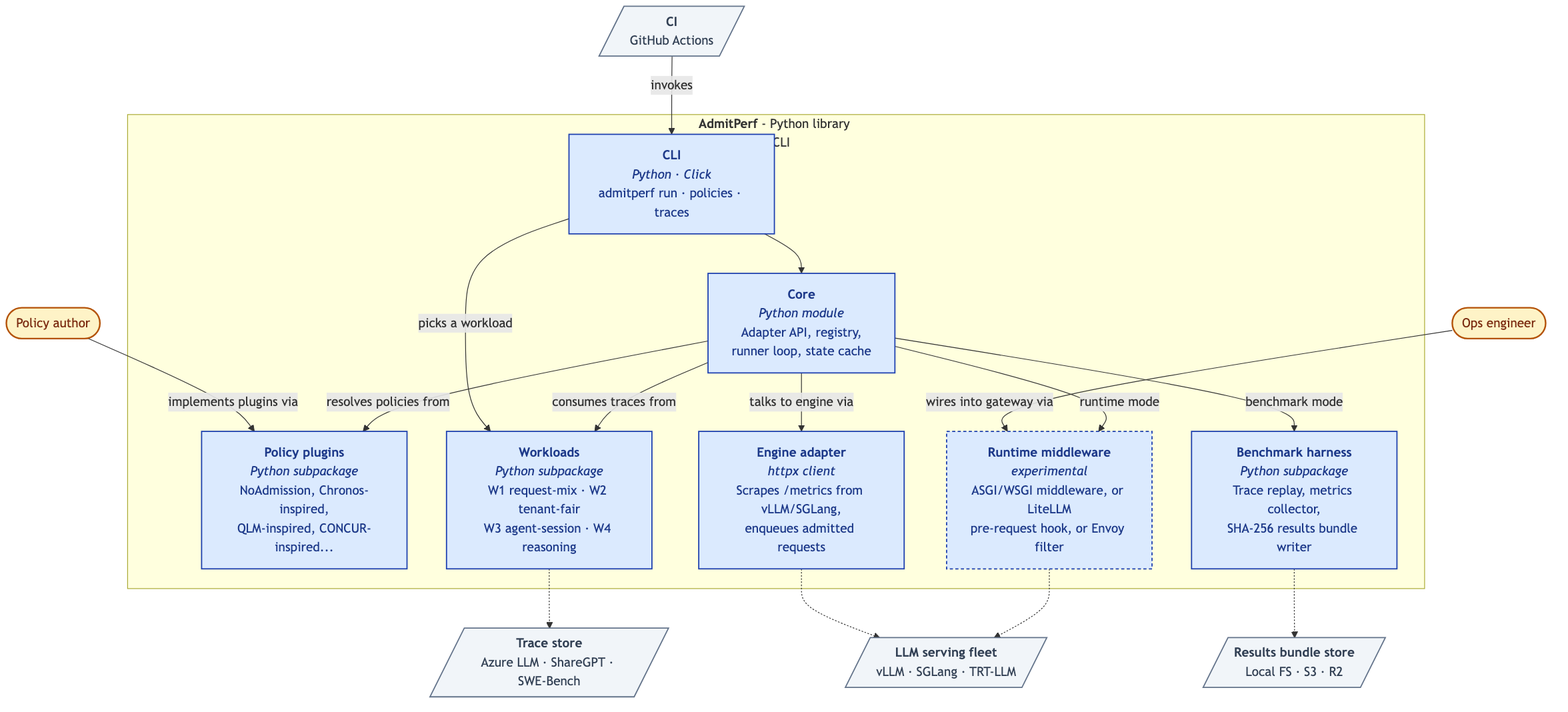
The Mermaid diagram docs/architecture/02-container.png in harshuljain13/AdmitPerf, before a commit. Its source is kept beside it as docs/architecture/02-container.mmd.
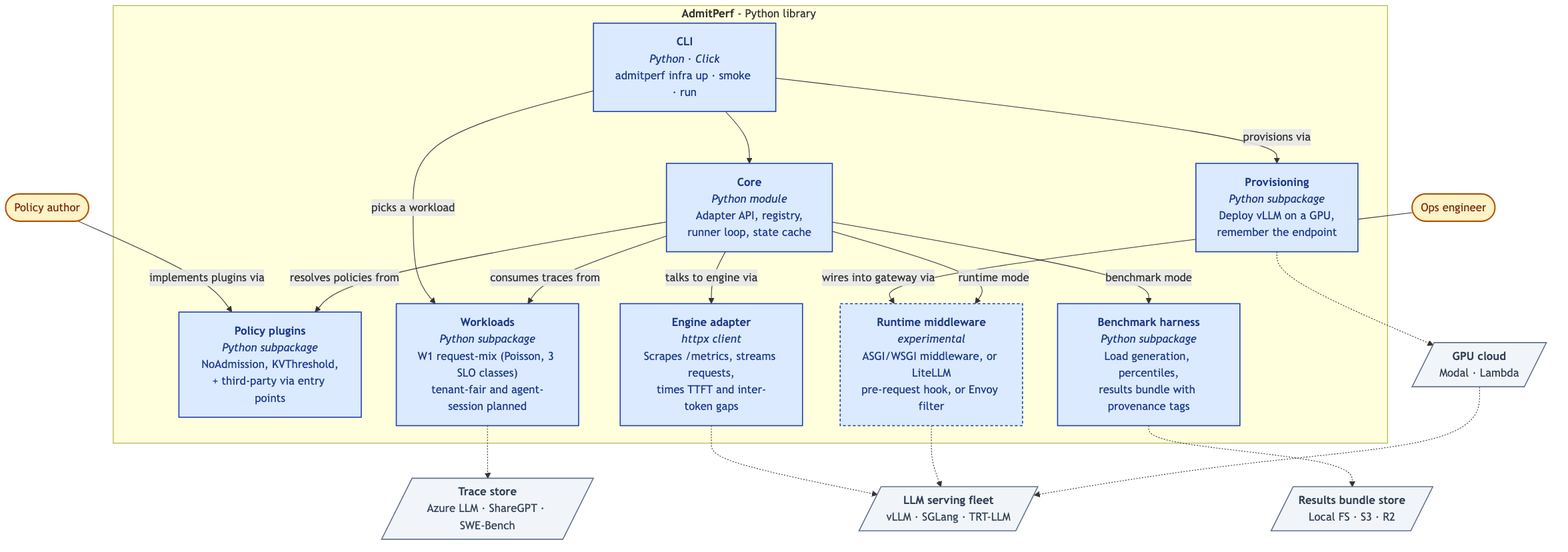
The same file after the commit.

What changed in the source:
```diff
@@ -5,33 +5,35 @@
   subgraph SYS["<b>AdmitPerf</b> - Python library + CLI"]
     direction TB
 
-    cli["<b>CLI</b><br/><i>Python · Click</i><br/>admitperf run · policies · traces"]
+    cli["<b>CLI</b><br/><i>Python · Click</i><br/>admitperf infra up · smoke · run"]
 
     core["<b>Core</b><br/><i>Python module</i><br/>Adapter API, registry,<br/>runner loop, state cache"]
 
-    plugins["<b>Policy plugins</b><br/><i>Python subpackage</i><br/>NoAdmission, Chronos-inspired,<br/>QLM-inspired, CONCUR-inspired..."]
+    plugins["<b>Policy plugins</b><br/><i>Python subpackage</i><br/>NoAdmission, KVThreshold,<br/>+ third-party via entry points"]
 
-    workloads["<b>Workloads</b><br/><i>Python subpackage</i><br/>W1 request-mix · W2 tenant-fair<br/>W3 agent-session · W4 reasoning"]
+    workloads["<b>Workloads</b><br/><i>Python subpackage</i><br/>W1 request-mix (Poisson, 3 SLO classes)<br/>tenant-fair and agent-session planned"]
 
-    engineAdapter["<b>Engine adapter</b><br/><i>httpx client</i><br/>Scrapes /metrics from vLLM/SGLang,<br/>enqueues admitted requests"]
+    engineAdapter["<b>Engine adapter</b><br/><i>httpx client</i><br/>Scrapes /metrics, streams requests,<br/>times TTFT and inter-token gaps"]
 
     runtime["<b>Runtime middleware</b><br/><i>experimental</i><br/>ASGI/WSGI middleware, or LiteLLM<br/>pre-request hook, or Envoy filter"]
 
-    bench["<b>Benchmark harness</b><br/><i>Python subpackage</i><br/>Trace replay, metrics collector,<br/>SHA-256 results bundle writer"]
+    infra["<b>Provisioning</b><br/><i>Python subpackage</i><br/>Deploy vLLM on a GPU,<br/>remember the endpoint"]
+
+    bench["<b>Benchmark harness</b><br/><i>Python subpackage</i><br/>Load generation, percentiles,<br/>results bundle with provenance tags"]
 
   end
 
   fleet[/"<b>LLM serving fleet</b><br/>vLLM · SGLang · TRT-LLM"/]
   traceStore[/"<b>Trace store</b><br/>Azure LLM · ShareGPT · SWE-Bench"/]
   bundleStore[/"<b>Results bundle store</b><br/>Local FS · S3 · R2"/]
-  ci[/"<b>CI</b><br/>GitHub Actions"/]
+  gpuCloud[/"<b>GPU cloud</b><br/>Modal · Lambda"/]
 
   policyAuthor -- "implements plugins via" --> plugins
   opsEngineer -- "wires into gateway via" --> runtime
 
   cli --> core
   cli -- "picks a workload" --> workloads
-  ci -- "invokes" --> cli
+  cli -- "provisions via" --> infra
 
   core -- "resolves policies from" --> plugins
   core -- "consumes traces from" --> workloads
@@ -44,6 +46,8 @@
   workloads -.-> traceStore
   bench -.-> bundleStore
   runtime -.-> fleet
+  infra -.-> gpuCloud
+  gpuCloud -.-> fleet
 
   classDef person fill:#fef3c7,stroke:#b45309,color:#7c2d12,stroke-width:2px
   classDef container fill:#dbeafe,stroke:#1e40af,color:#1e3a8a,stroke-width:1.5px
@@ -52,6 +56,6 @@
   classDef systemBoundary fill:#ccfbf1,stroke:#0f766e,color:#134e4a,stroke-width:3px
 
   class policyAuthor,opsEngineer person
-  class cli,core,plugins,workloads,engineAdapter,bench container
+  class cli,core,plugins,workloads,engineAdapter,bench,infra container
   class runtime containerExp
-  class fleet,traceStore,bundleStore,ci external
+  class fleet,traceStore,bundleStore,gpuCloud external
```
